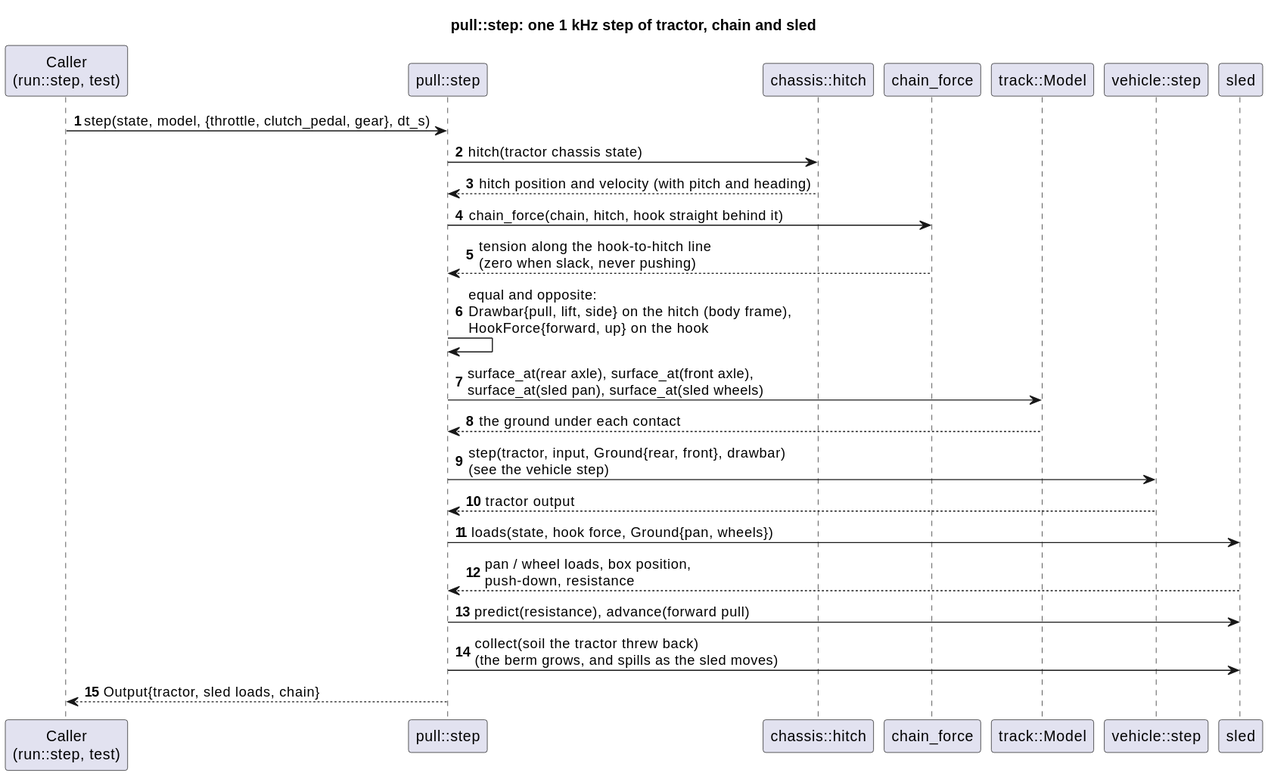
wversteeg/TractorPulling keeps this PlantUML diagram as docs/diagrams/svg/pull_step_sequence.svg. Above is the earlier version.
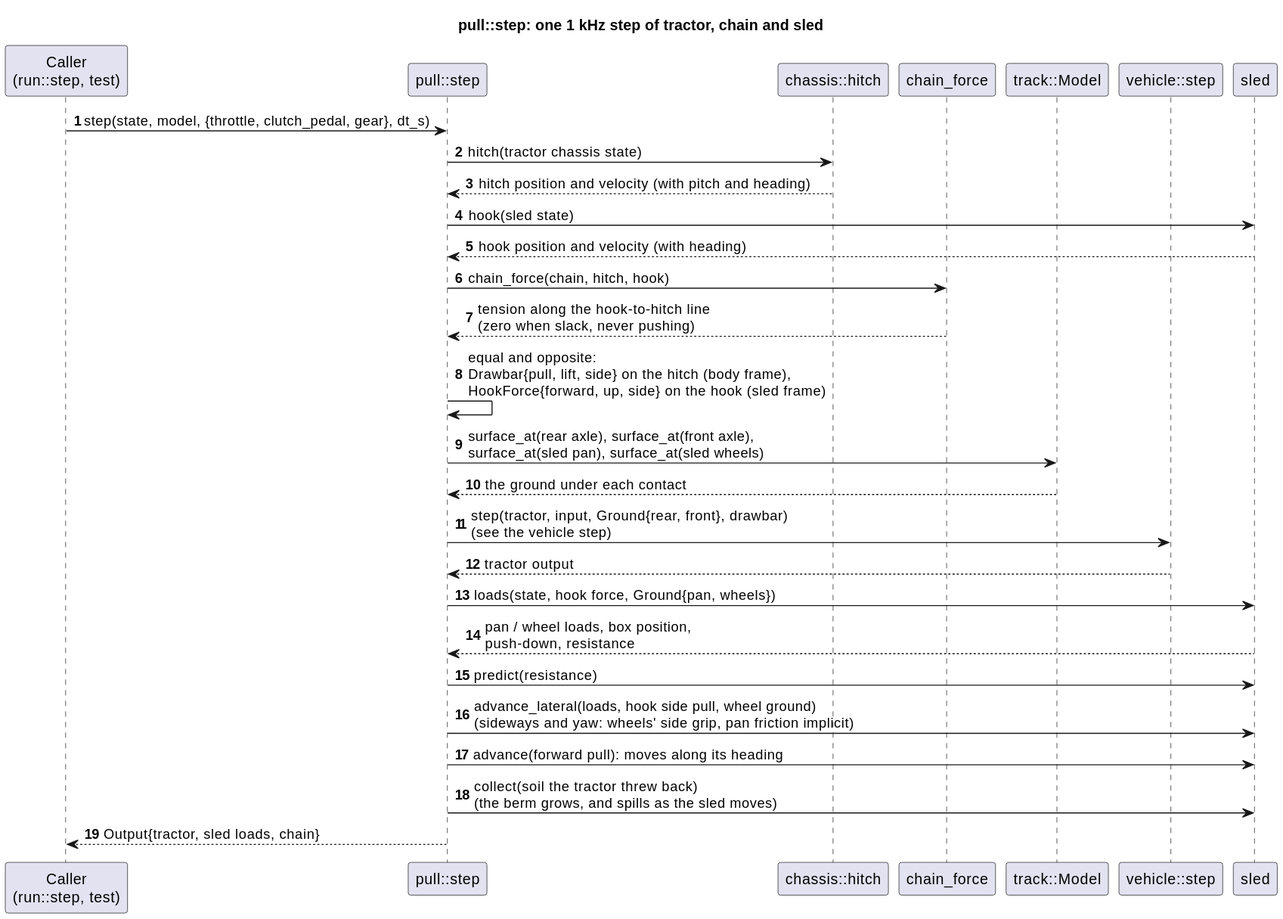
Above is the later version.

Diff of the diagram source:
```diff
@@ -12,16 +12,20 @@
 Caller -> Step : step(state, model, {throttle, clutch_pedal, gear}, dt_s)
 Step -> Hitch : hitch(tractor chassis state)
 Hitch --> Step : hitch position and velocity (with pitch and heading)
-Step -> Chain : chain_force(chain, hitch, hook straight behind it)
+Step -> Sled : hook(sled state)
+Sled --> Step : hook position and velocity (with heading)
+Step -> Chain : chain_force(chain, hitch, hook)
 Chain --> Step : tension along the hook-to-hitch line\n(zero when slack, never pushing)
-Step -> Step : equal and opposite:\nDrawbar{pull, lift, side} on the hitch (body frame),\nHookForce{forward, up} on the hook
+Step -> Step : equal and opposite:\nDrawbar{pull, lift, side} on the hitch (body frame),\nHookForce{forward, up, side} on the hook (sled frame)
 Step -> Track : surface_at(rear axle), surface_at(front axle),\nsurface_at(sled pan), surface_at(sled wheels)
 Track --> Step : the ground under each contact
 Step -> Vehicle : step(tractor, input, Ground{rear, front}, drawbar)\n(see the vehicle step)
 Vehicle --> Step : tractor output
 Step -> Sled : loads(state, hook force, Ground{pan, wheels})
 Sled --> Step : pan / wheel loads, box position,\npush-down, resistance
-Step -> Sled : predict(resistance), advance(forward pull)
+Step -> Sled : predict(resistance)
+Step -> Sled : advance_lateral(loads, hook side pull, wheel ground)\n(sideways and yaw: wheels' side grip, pan friction implicit)
+Step -> Sled : advance(forward pull): moves along its heading
 Step -> Sled : collect(soil the tractor threw back)\n(the berm grows, and spills as the sled moves)
 Step --> Caller : Output{tractor, sled loads, chain}
 @enduml
```
